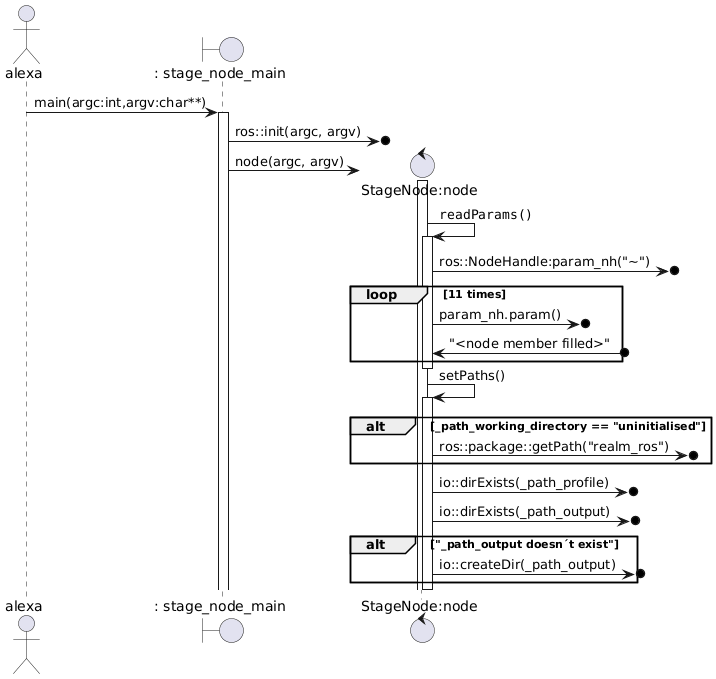
The PlantUML diagram docs/diagrams/test.png in EOLab-HSRW/OpenREALM-ros2, before a commit.
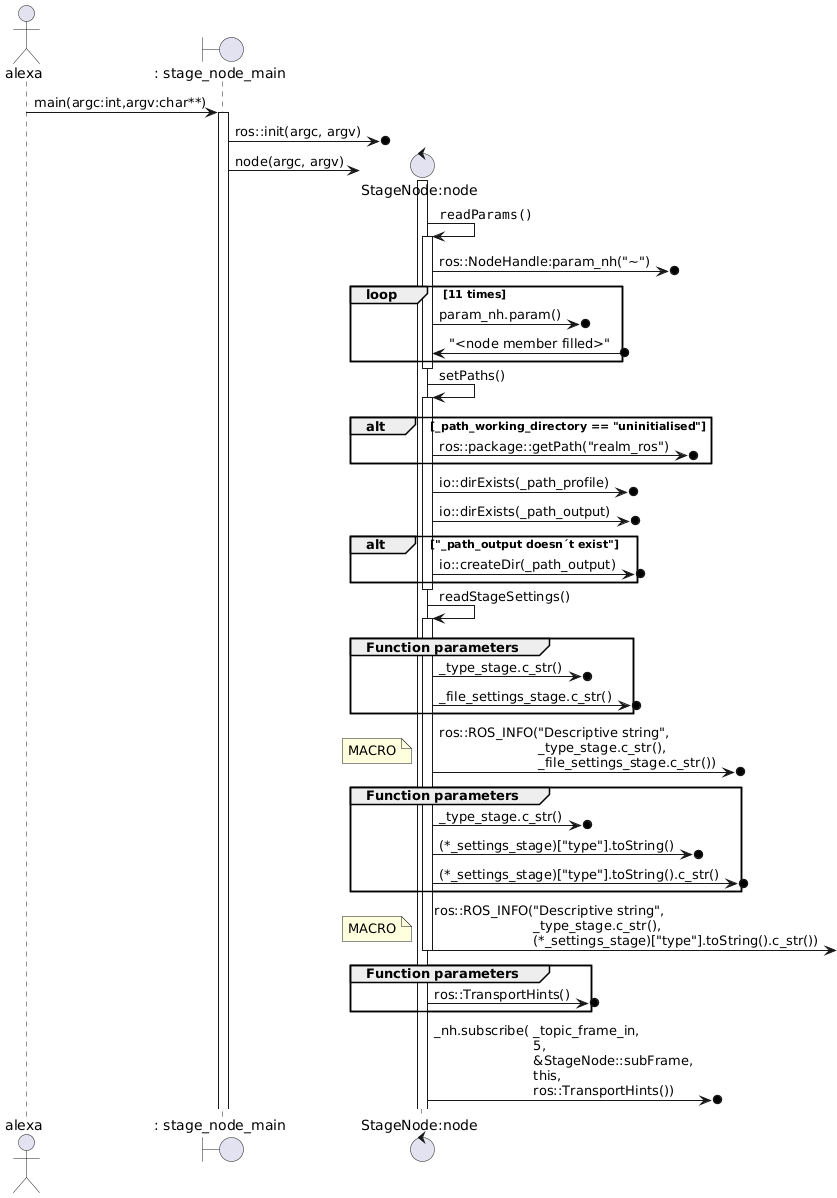
Later version of the same file.

Commit message:
Further worked on the diagrams, still need to rename them.

The edit, as a diff of the source:
```diff
@@ -28,5 +28,24 @@
 				node ->o? : io::createDir(_path_output)
 			end
 		deactivate node
-
+		node -> node : readStageSettings()
+		activate node
+			group Function parameters
+				node ->o? : _type_stage.c_str()
+            	node ->o? : _file_settings_stage.c_str()
+            end
+            node ->o? : ros::ROS_INFO("Descriptive string",\n\t\t\t_type_stage.c_str(),\n\t\t\t_file_settings_stage.c_str())
+            note right : MACRO
+            group Function parameters
+				node ->o? : _type_stage.c_str()
+            	node ->o? : (*_settings_stage)["type"].toString()
+            	node ->o? : (*_settings_stage)["type"].toString().c_str()
+            end
+            node ->o? : ros::ROS_INFO("Descriptive string",\n\t\t\t_type_stage.c_str(),\n\t\t\t(*_settings_stage)["type"].toString().c_str())
+            note right : MACRO
+        deactivate node
+        group Function parameters
+			node ->o? : ros::TransportHints()
+    	end
+    	node ->o? : _nh.subscribe(\t_topic_frame_in,\n\t\t\t5,\n\t\t\t&StageNode::subFrame,\n\t\t\tthis,\n\t\t\tros::TransportHints())
 @enduml
```
